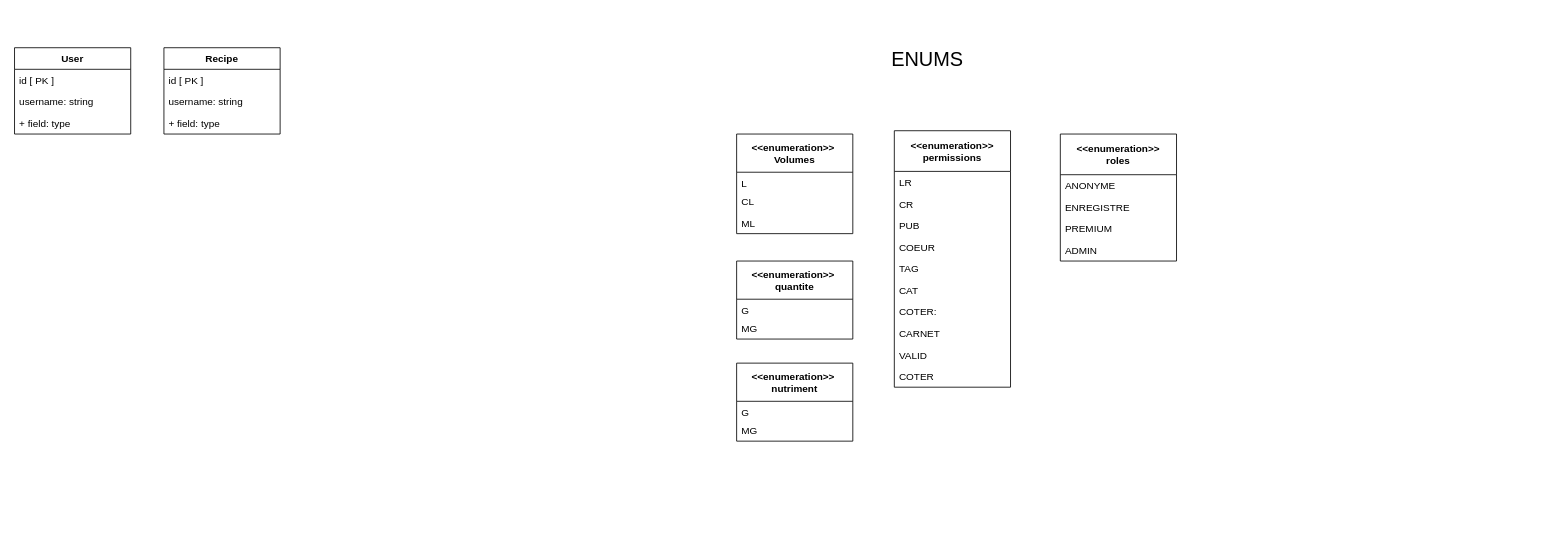
Before: diagramme-recettes.drawio in Thomas088/diagramme-cuisine, a draw.io diagram. Source tidied: cells renumbered, new cells numbered last; positions are measured from the earlier drawing's top-left corner, leaving out a move shared by most shapes. Both pictures are drawn from the tidied source at 83%, with x=0, y=0 at pixel (14, 14).
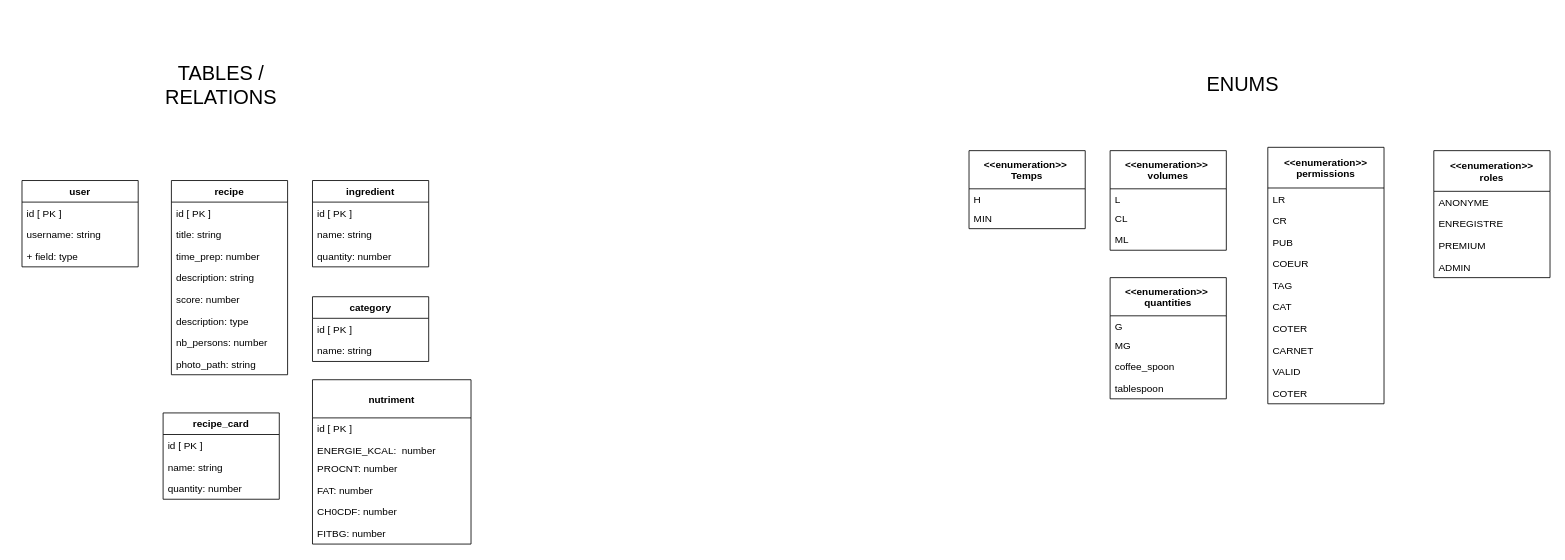
The same diagram, later.

What changed in the source:
```diff
@@
-    <mxCell id="2" value="User" style="swimlane;fontStyle=1;horizontal=1;startSize=26;fillColor=none;" parent="1" vertex="1">
-      <mxGeometry y="40" width="140" height="104" as="geometry" />
-    </mxCell>
-    <mxCell id="3" value="id [ PK ]" style="text;strokeColor=none;fillColor=none;align=left;verticalAlign=top;spacingLeft=4;spacingRight=4;overflow=hidden;" parent="2" vertex="1">
-      <mxGeometry y="26" width="140" height="26" as="geometry" />
-    </mxCell>
-    <mxCell id="4" value="username: string" style="text;strokeColor=none;fillColor=none;align=left;verticalAlign=top;spacingLeft=4;spacingRight=4;overflow=hidden;" parent="2" vertex="1">
-      <mxGeometry y="52" width="140" height="26" as="geometry" />
-    </mxCell>
-    <mxCell id="5" value="+ field: type" style="text;strokeColor=none;fillColor=none;align=left;verticalAlign=top;spacingLeft=4;spacingRight=4;overflow=hidden;" parent="2" vertex="1">
-      <mxGeometry y="78" width="140" height="26" as="geometry" />
-    </mxCell>
     <mxCell id="6" value="&lt;font style=&quot;font-size: 24px&quot;&gt;ENUMS&lt;/font&gt;" style="text;html=1;strokeColor=none;fillColor=none;align=center;verticalAlign=middle;whiteSpace=wrap;rounded=0;" parent="1" vertex="1">
-      <mxGeometry x="1000" width="200" height="110" as="geometry" />
+      <mxGeometry x="1380" y="30" width="200" height="110" as="geometry" />
     </mxCell>
     <mxCell id="7" value="&lt;&lt;enumeration&gt;&gt; &#10;roles" style="swimlane;fontStyle=1;horizontal=1;startSize=49;fillColor=none;" parent="1" vertex="1">
-      <mxGeometry x="1260" y="144" width="140" height="153" as="geometry" />
+      <mxGeometry x="1710" y="164" width="140" height="153" as="geometry" />
     </mxCell>
@@
     <mxCell id="12" value="&lt;&lt;enumeration&gt;&gt; &#10;permissions" style="swimlane;fontStyle=1;horizontal=1;startSize=49;fillColor=none;" parent="1" vertex="1">
-      <mxGeometry x="1060" y="140" width="140" height="309" as="geometry" />
+      <mxGeometry x="1510" y="160" width="140" height="309" as="geometry" />
     </mxCell>
@@
-    <mxCell id="19" value="COTER:" style="text;strokeColor=none;fillColor=none;align=left;verticalAlign=top;spacingLeft=4;spacingRight=4;overflow=hidden;" parent="12" vertex="1">
+    <mxCell id="19" value="COTER" style="text;strokeColor=none;fillColor=none;align=left;verticalAlign=top;spacingLeft=4;spacingRight=4;overflow=hidden;" parent="12" vertex="1">
       <mxGeometry y="205" width="140" height="26" as="geometry" />
     </mxCell>
@@
+    <mxCell id="27" value="&lt;&lt;enumeration&gt;&gt; &#10;volumes" style="swimlane;fontStyle=1;horizontal=1;startSize=46;fillColor=none;" parent="1" vertex="1">
+      <mxGeometry x="1320" y="164" width="140" height="120" as="geometry" />
+    </mxCell>
+    <mxCell id="28" value="L" style="text;strokeColor=none;fillColor=none;align=left;verticalAlign=top;spacingLeft=4;spacingRight=4;overflow=hidden;" parent="27" vertex="1">
+      <mxGeometry y="46" width="140" height="22" as="geometry" />
+    </mxCell>
+    <mxCell id="29" value="CL" style="text;strokeColor=none;fillColor=none;align=left;verticalAlign=top;spacingLeft=4;spacingRight=4;overflow=hidden;" parent="27" vertex="1">
+      <mxGeometry y="68" width="140" height="26" as="geometry" />
+    </mxCell>
+    <mxCell id="30" value="ML" style="text;strokeColor=none;fillColor=none;align=left;verticalAlign=top;spacingLeft=4;spacingRight=4;overflow=hidden;" parent="27" vertex="1">
+      <mxGeometry y="94" width="140" height="26" as="geometry" />
+    </mxCell>
+    <mxCell id="37" value="&lt;&lt;enumeration&gt;&gt; &#10;Temps" style="swimlane;fontStyle=1;horizontal=1;startSize=46;fillColor=none;" parent="1" vertex="1">
+      <mxGeometry x="1150" y="164" width="140" height="94" as="geometry" />
+    </mxCell>
+    <mxCell id="38" value="H" style="text;strokeColor=none;fillColor=none;align=left;verticalAlign=top;spacingLeft=4;spacingRight=4;overflow=hidden;" parent="37" vertex="1">
+      <mxGeometry y="46" width="140" height="22" as="geometry" />
+    </mxCell>
+    <mxCell id="39" value="MIN" style="text;strokeColor=none;fillColor=none;align=left;verticalAlign=top;spacingLeft=4;spacingRight=4;overflow=hidden;" parent="37" vertex="1">
+      <mxGeometry y="68" width="140" height="26" as="geometry" />
+    </mxCell>
+    <mxCell id="40" value="&lt;span style=&quot;font-size: 24px&quot;&gt;TABLES / RELATIONS&lt;/span&gt;" style="text;html=1;strokeColor=none;fillColor=none;align=center;verticalAlign=middle;whiteSpace=wrap;rounded=0;" parent="1" vertex="1">
+      <mxGeometry x="149" y="30" width="200" height="110" as="geometry" />
+    </mxCell>
+    <mxCell id="2" value="user" style="swimlane;fontStyle=1;horizontal=1;startSize=26;fillColor=none;" parent="1" vertex="1">
+      <mxGeometry x="9" y="200" width="140" height="104" as="geometry" />
+    </mxCell>
+    <mxCell id="3" value="id [ PK ]" style="text;strokeColor=none;fillColor=none;align=left;verticalAlign=top;spacingLeft=4;spacingRight=4;overflow=hidden;" parent="2" vertex="1">
+      <mxGeometry y="26" width="140" height="26" as="geometry" />
+    </mxCell>
+    <mxCell id="4" value="username: string" style="text;strokeColor=none;fillColor=none;align=left;verticalAlign=top;spacingLeft=4;spacingRight=4;overflow=hidden;" parent="2" vertex="1">
+      <mxGeometry y="52" width="140" height="26" as="geometry" />
+    </mxCell>
+    <mxCell id="5" value="+ field: type" style="text;strokeColor=none;fillColor=none;align=left;verticalAlign=top;spacingLeft=4;spacingRight=4;overflow=hidden;" parent="2" vertex="1">
+      <mxGeometry y="78" width="140" height="26" as="geometry" />
+    </mxCell>
-    <mxCell id="23" value="Recipe" style="swimlane;fontStyle=1;horizontal=1;startSize=26;fillColor=none;" parent="1" vertex="1">
-      <mxGeometry x="180" y="40" width="140" height="104" as="geometry" />
+    <mxCell id="23" value="recipe" style="swimlane;fontStyle=1;horizontal=1;startSize=26;fillColor=none;" parent="1" vertex="1">
+      <mxGeometry x="189" y="200" width="140" height="234" as="geometry" />
     </mxCell>
@@
-    <mxCell id="25" value="username: string" style="text;strokeColor=none;fillColor=none;align=left;verticalAlign=top;spacingLeft=4;spacingRight=4;overflow=hidden;" parent="23" vertex="1">
+    <mxCell id="25" value="title: string" style="text;strokeColor=none;fillColor=none;align=left;verticalAlign=top;spacingLeft=4;spacingRight=4;overflow=hidden;" parent="23" vertex="1">
       <mxGeometry y="52" width="140" height="26" as="geometry" />
     </mxCell>
-    <mxCell id="26" value="+ field: type" style="text;strokeColor=none;fillColor=none;align=left;verticalAlign=top;spacingLeft=4;spacingRight=4;overflow=hidden;" parent="23" vertex="1">
+    <mxCell id="26" value="time_prep: number" style="text;strokeColor=none;fillColor=none;align=left;verticalAlign=top;spacingLeft=4;spacingRight=4;overflow=hidden;" parent="23" vertex="1">
       <mxGeometry y="78" width="140" height="26" as="geometry" />
     </mxCell>
-    <mxCell id="27" value="&lt;&lt;enumeration&gt;&gt; &#10;Volumes" style="swimlane;fontStyle=1;horizontal=1;startSize=46;fillColor=none;" parent="1" vertex="1">
-      <mxGeometry x="870" y="144" width="140" height="120" as="geometry" />
-    </mxCell>
-    <mxCell id="28" value="L" style="text;strokeColor=none;fillColor=none;align=left;verticalAlign=top;spacingLeft=4;spacingRight=4;overflow=hidden;" parent="27" vertex="1">
-      <mxGeometry y="46" width="140" height="22" as="geometry" />
-    </mxCell>
-    <mxCell id="29" value="CL" style="text;strokeColor=none;fillColor=none;align=left;verticalAlign=top;spacingLeft=4;spacingRight=4;overflow=hidden;" parent="27" vertex="1">
-      <mxGeometry y="68" width="140" height="26" as="geometry" />
-    </mxCell>
-    <mxCell id="30" value="ML" style="text;strokeColor=none;fillColor=none;align=left;verticalAlign=top;spacingLeft=4;spacingRight=4;overflow=hidden;" parent="27" vertex="1">
-      <mxGeometry y="94" width="140" height="26" as="geometry" />
-    </mxCell>
+    <mxCell id="41" value="description: string" style="text;strokeColor=none;fillColor=none;align=left;verticalAlign=top;spacingLeft=4;spacingRight=4;overflow=hidden;" parent="23" vertex="1">
+      <mxGeometry y="104" width="140" height="26" as="geometry" />
+    </mxCell>
+    <mxCell id="42" value="score: number" style="text;strokeColor=none;fillColor=none;align=left;verticalAlign=top;spacingLeft=4;spacingRight=4;overflow=hidden;" parent="23" vertex="1">
+      <mxGeometry y="130" width="140" height="26" as="geometry" />
+    </mxCell>
+    <mxCell id="43" value="description: type" style="text;strokeColor=none;fillColor=none;align=left;verticalAlign=top;spacingLeft=4;spacingRight=4;overflow=hidden;" parent="23" vertex="1">
+      <mxGeometry y="156" width="140" height="26" as="geometry" />
+    </mxCell>
+    <mxCell id="44" value="nb_persons: number" style="text;strokeColor=none;fillColor=none;align=left;verticalAlign=top;spacingLeft=4;spacingRight=4;overflow=hidden;" parent="23" vertex="1">
+      <mxGeometry y="182" width="140" height="26" as="geometry" />
+    </mxCell>
+    <mxCell id="45" value="photo_path: string" style="text;strokeColor=none;fillColor=none;align=left;verticalAlign=top;spacingLeft=4;spacingRight=4;overflow=hidden;" parent="23" vertex="1">
+      <mxGeometry y="208" width="140" height="26" as="geometry" />
+    </mxCell>
+    <mxCell id="46" value="ingredient" style="swimlane;fontStyle=1;horizontal=1;startSize=26;fillColor=none;" parent="1" vertex="1">
+      <mxGeometry x="359" y="200" width="140" height="104" as="geometry" />
+    </mxCell>
+    <mxCell id="47" value="id [ PK ]" style="text;strokeColor=none;fillColor=none;align=left;verticalAlign=top;spacingLeft=4;spacingRight=4;overflow=hidden;" parent="46" vertex="1">
+      <mxGeometry y="26" width="140" height="26" as="geometry" />
+    </mxCell>
+    <mxCell id="48" value="name: string" style="text;strokeColor=none;fillColor=none;align=left;verticalAlign=top;spacingLeft=4;spacingRight=4;overflow=hidden;" parent="46" vertex="1">
+      <mxGeometry y="52" width="140" height="26" as="geometry" />
+    </mxCell>
+    <mxCell id="49" value="quantity: number" style="text;strokeColor=none;fillColor=none;align=left;verticalAlign=top;spacingLeft=4;spacingRight=4;overflow=hidden;" parent="46" vertex="1">
+      <mxGeometry y="78" width="140" height="26" as="geometry" />
+    </mxCell>
+    <mxCell id="50" value="category" style="swimlane;fontStyle=1;horizontal=1;startSize=26;fillColor=none;" parent="1" vertex="1">
+      <mxGeometry x="359" y="340" width="140" height="78" as="geometry" />
+    </mxCell>
+    <mxCell id="51" value="id [ PK ]" style="text;strokeColor=none;fillColor=none;align=left;verticalAlign=top;spacingLeft=4;spacingRight=4;overflow=hidden;" parent="50" vertex="1">
+      <mxGeometry y="26" width="140" height="26" as="geometry" />
+    </mxCell>
+    <mxCell id="52" value="name: string" style="text;strokeColor=none;fillColor=none;align=left;verticalAlign=top;spacingLeft=4;spacingRight=4;overflow=hidden;" parent="50" vertex="1">
+      <mxGeometry y="52" width="140" height="26" as="geometry" />
+    </mxCell>
+    <mxCell id="34" value="nutriment" style="swimlane;fontStyle=1;horizontal=1;startSize=46;fillColor=none;" parent="1" vertex="1">
+      <mxGeometry x="359" y="440" width="191" height="198" as="geometry" />
+    </mxCell>
+    <mxCell id="53" value="id [ PK ]" style="text;strokeColor=none;fillColor=none;align=left;verticalAlign=top;spacingLeft=4;spacingRight=4;overflow=hidden;" parent="34" vertex="1">
+      <mxGeometry y="46" width="191" height="26" as="geometry" />
+    </mxCell>
+    <mxCell id="35" value="ENERGIE_KCAL:  number" style="text;strokeColor=none;fillColor=none;align=left;verticalAlign=top;spacingLeft=4;spacingRight=4;overflow=hidden;" parent="34" vertex="1">
+      <mxGeometry y="72" width="191" height="22" as="geometry" />
+    </mxCell>
+    <mxCell id="36" value="PROCNT: number" style="text;strokeColor=none;fillColor=none;align=left;verticalAlign=top;spacingLeft=4;spacingRight=4;overflow=hidden;" parent="34" vertex="1">
+      <mxGeometry y="94" width="191" height="26" as="geometry" />
+    </mxCell>
+    <mxCell id="54" value="FAT: number" style="text;strokeColor=none;fillColor=none;align=left;verticalAlign=top;spacingLeft=4;spacingRight=4;overflow=hidden;" parent="34" vertex="1">
+      <mxGeometry y="120" width="191" height="26" as="geometry" />
+    </mxCell>
+    <mxCell id="55" value="CH0CDF: number" style="text;strokeColor=none;fillColor=none;align=left;verticalAlign=top;spacingLeft=4;spacingRight=4;overflow=hidden;" parent="34" vertex="1">
+      <mxGeometry y="146" width="191" height="26" as="geometry" />
+    </mxCell>
+    <mxCell id="56" value="FITBG: number" style="text;strokeColor=none;fillColor=none;align=left;verticalAlign=top;spacingLeft=4;spacingRight=4;overflow=hidden;" parent="34" vertex="1">
+      <mxGeometry y="172" width="191" height="26" as="geometry" />
+    </mxCell>
+    <mxCell id="57" value="recipe_card" style="swimlane;fontStyle=1;horizontal=1;startSize=26;fillColor=none;" parent="1" vertex="1">
+      <mxGeometry x="179" y="480" width="140" height="104" as="geometry" />
+    </mxCell>
+    <mxCell id="58" value="id [ PK ]" style="text;strokeColor=none;fillColor=none;align=left;verticalAlign=top;spacingLeft=4;spacingRight=4;overflow=hidden;" parent="57" vertex="1">
+      <mxGeometry y="26" width="140" height="26" as="geometry" />
+    </mxCell>
+    <mxCell id="59" value="name: string" style="text;strokeColor=none;fillColor=none;align=left;verticalAlign=top;spacingLeft=4;spacingRight=4;overflow=hidden;" parent="57" vertex="1">
+      <mxGeometry y="52" width="140" height="26" as="geometry" />
+    </mxCell>
+    <mxCell id="60" value="quantity: number" style="text;strokeColor=none;fillColor=none;align=left;verticalAlign=top;spacingLeft=4;spacingRight=4;overflow=hidden;" parent="57" vertex="1">
+      <mxGeometry y="78" width="140" height="26" as="geometry" />
+    </mxCell>
-    <mxCell id="31" value="&lt;&lt;enumeration&gt;&gt; &#10;quantite" style="swimlane;fontStyle=1;horizontal=1;startSize=46;fillColor=none;" parent="1" vertex="1">
-      <mxGeometry x="870" y="297" width="140" height="94" as="geometry" />
+    <mxCell id="31" value="&lt;&lt;enumeration&gt;&gt; &#10;quantities" style="swimlane;fontStyle=1;horizontal=1;startSize=46;fillColor=none;" parent="1" vertex="1">
+      <mxGeometry x="1320" y="317" width="140" height="146" as="geometry" />
     </mxCell>
@@
-    <mxCell id="34" value="&lt;&lt;enumeration&gt;&gt; &#10;nutriment" style="swimlane;fontStyle=1;horizontal=1;startSize=46;fillColor=none;" parent="1" vertex="1">
-      <mxGeometry x="870" y="420" width="140" height="94" as="geometry" />
-    </mxCell>
-    <mxCell id="35" value="G" style="text;strokeColor=none;fillColor=none;align=left;verticalAlign=top;spacingLeft=4;spacingRight=4;overflow=hidden;" parent="34" vertex="1">
-      <mxGeometry y="46" width="140" height="22" as="geometry" />
-    </mxCell>
-    <mxCell id="36" value="MG" style="text;strokeColor=none;fillColor=none;align=left;verticalAlign=top;spacingLeft=4;spacingRight=4;overflow=hidden;" parent="34" vertex="1">
-      <mxGeometry y="68" width="140" height="26" as="geometry" />
-    </mxCell>
+    <mxCell id="61" value="coffee_spoon" style="text;strokeColor=none;fillColor=none;align=left;verticalAlign=top;spacingLeft=4;spacingRight=4;overflow=hidden;" parent="31" vertex="1">
+      <mxGeometry y="94" width="140" height="26" as="geometry" />
+    </mxCell>
+    <mxCell id="62" value="tablespoon" style="text;strokeColor=none;fillColor=none;align=left;verticalAlign=top;spacingLeft=4;spacingRight=4;overflow=hidden;" parent="31" vertex="1">
+      <mxGeometry y="120" width="140" height="26" as="geometry" />
+    </mxCell>
```
